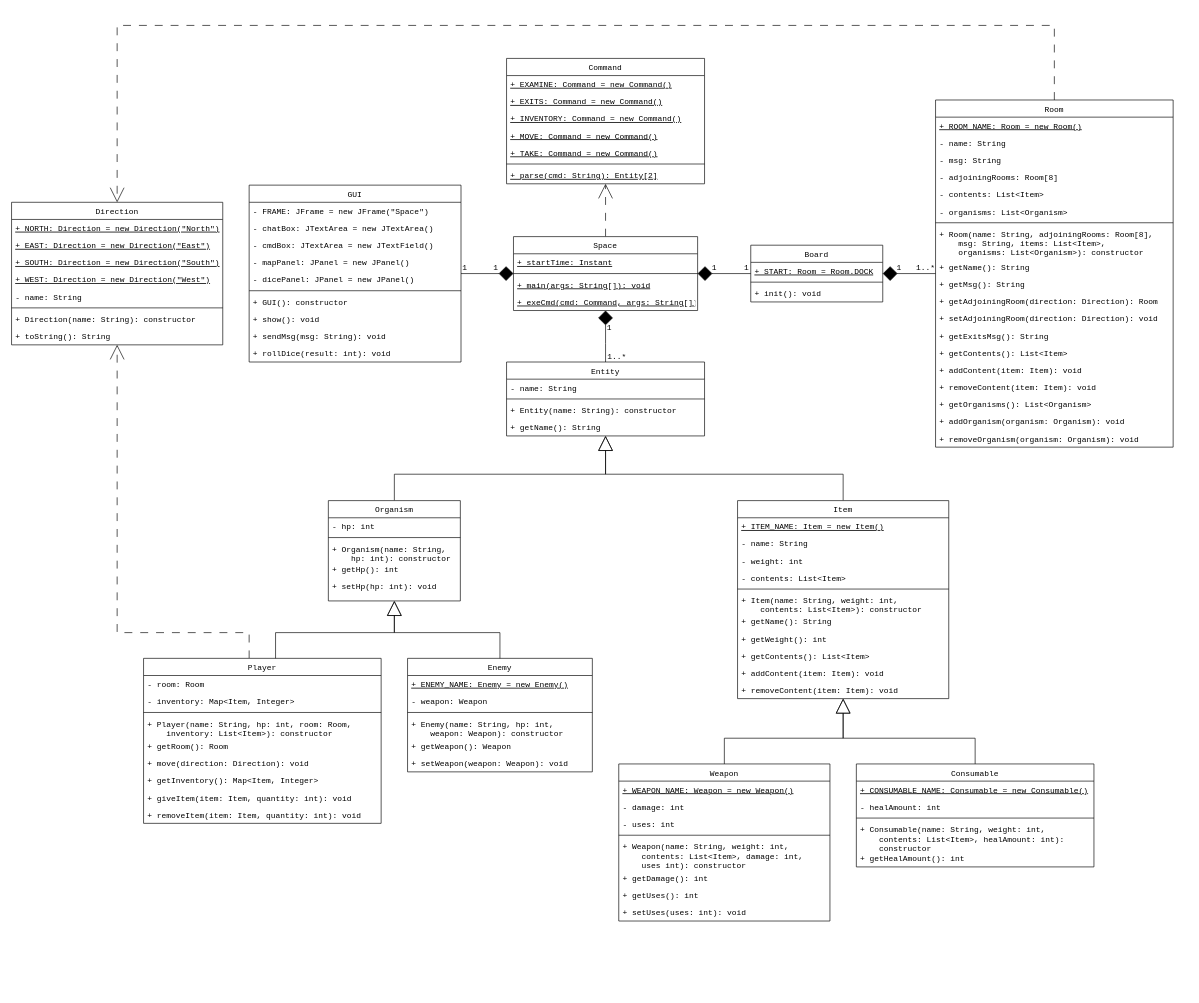
Before: assets/class-diagram.drawio in 4lex-whit/CS-NEA-2025, a draw.io diagram. Source tidied: cells renumbered, new cells numbered last; positions are measured from the earlier drawing's top-left corner, leaving out a move shared by most shapes. Both pictures are drawn from the tidied source at 66%, with x=0, y=0 at pixel (11, 25).
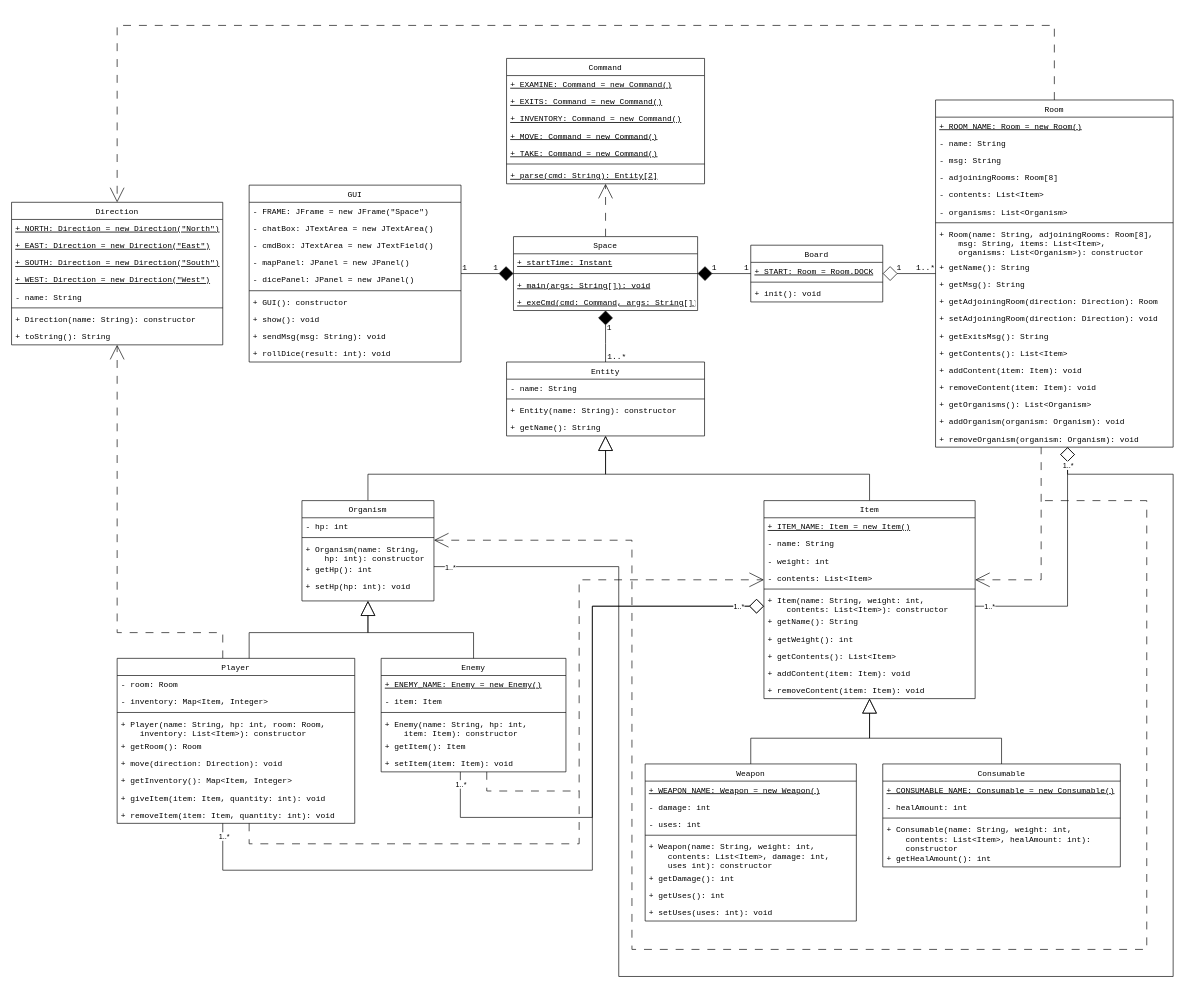
After the change.

Commit message (it also covers changes not shown here):
Add relationships for entities in class diagram

Unchanged cells that the change refers to:
```xml
<mxCell id="5" value="Room" style="swimlane;fontStyle=0;align=center;verticalAlign=top;horizontal=1;startSize=26;rounded=0;shadow=0;strokeWidth=1;fontFamily=Courier New;" parent="1" vertex="1">
  <mxGeometry x="1400" y="113" width="360" height="526" as="geometry" />
</mxCell>
<mxCell id="25" value="Direction" style="swimlane;fontStyle=0;align=center;verticalAlign=top;horizontal=1;startSize=26;rounded=0;shadow=0;strokeWidth=1;fontFamily=Courier New;" parent="1" vertex="1">
  <mxGeometry y="268" width="320" height="216" as="geometry" />
</mxCell>
<mxCell id="36" value="Entity" style="swimlane;fontStyle=0;align=center;verticalAlign=top;horizontal=1;startSize=26;rounded=0;shadow=0;strokeWidth=1;fontFamily=Courier New;" parent="1" vertex="1">
  <mxGeometry x="750" y="510" width="300" height="112" as="geometry" />
</mxCell>
<mxCell id="101" value="Board" style="swimlane;fontStyle=0;align=center;verticalAlign=top;horizontal=1;startSize=26;rounded=0;shadow=0;strokeWidth=1;fontFamily=Courier New;" parent="1" vertex="1">
  <mxGeometry x="1120" y="333" width="200" height="86" as="geometry" />
</mxCell>
```

The edit, as a diff of the source:
```diff
@@
-    <mxCell id="2" style="edgeStyle=orthogonalEdgeStyle;rounded=0;jettySize=auto;html=1;endArrow=diamond;endFill=1;startSize=6;endSize=20;fontFamily=Courier New;" parent="1" edge="1" source="5" target="101">
+    <mxCell id="2" style="edgeStyle=orthogonalEdgeStyle;rounded=0;jettySize=auto;html=1;endArrow=diamond;endFill=0;startSize=6;endSize=20;fontFamily=Courier New;" parent="1" edge="1" source="5" target="101">
       <mxGeometry relative="1" as="geometry" />
     </mxCell>
@@
     <mxCell id="34" style="edgeStyle=orthogonalEdgeStyle;rounded=0;jettySize=auto;html=1;entryX=0.5;entryY=0;entryDx=0;entryDy=0;endArrow=none;endFill=0;startArrow=block;startFill=0;endSize=20;startSize=20;fontFamily=Courier New;" parent="1" edge="1" source="36" target="64">
       <mxGeometry relative="1" as="geometry">
         <Array as="points">
           <mxPoint x="900" y="680" />
-          <mxPoint x="1260" y="680" />
+          <mxPoint x="1300" y="680" />
         </Array>
       </mxGeometry>
     </mxCell>
     <mxCell id="35" style="edgeStyle=orthogonalEdgeStyle;rounded=0;jettySize=auto;html=1;entryX=0.5;entryY=0;entryDx=0;entryDy=0;startArrow=block;startFill=0;endArrow=none;endFill=0;endSize=20;startSize=20;fontFamily=Courier New;" parent="1" edge="1" source="36" target="129">
       <mxGeometry relative="1" as="geometry">
         <Array as="points">
           <mxPoint x="900" y="680" />
-          <mxPoint x="580" y="680" />
+          <mxPoint x="540" y="680" />
         </Array>
       </mxGeometry>
     </mxCell>
@@
     <mxCell id="41" style="edgeStyle=orthogonalEdgeStyle;rounded=0;jettySize=auto;html=1;endArrow=open;endFill=0;dashed=1;dashPattern=12 12;endSize=20;startSize=20;fontFamily=Courier New;" parent="1" edge="1" source="42" target="25">
       <mxGeometry relative="1" as="geometry">
         <Array as="points">
-          <mxPoint x="360" y="920" />
+          <mxPoint x="320" y="920" />
           <mxPoint x="160" y="920" />
         </Array>
       </mxGeometry>
     </mxCell>
+    <mxCell id="135" style="edgeStyle=orthogonalEdgeStyle;rounded=0;jettySize=auto;html=1;endArrow=open;endFill=0;endSize=20;dashed=1;dashPattern=12 12;" parent="1" edge="1" source="42" target="64">
+      <mxGeometry relative="1" as="geometry">
+        <Array as="points">
+          <mxPoint x="360" y="1240" />
+          <mxPoint x="860" y="1240" />
+          <mxPoint x="860" y="840" />
+        </Array>
+      </mxGeometry>
+    </mxCell>
+    <mxCell id="136" style="edgeStyle=orthogonalEdgeStyle;rounded=0;jettySize=auto;html=1;endArrow=diamond;endFill=0;endSize=20;" parent="1" edge="1" source="42" target="64">
+      <mxGeometry relative="1" as="geometry">
+        <Array as="points">
+          <mxPoint x="320" y="1280" />
+          <mxPoint x="880" y="1280" />
+          <mxPoint x="880" y="880" />
+        </Array>
+      </mxGeometry>
+    </mxCell>
+    <mxCell id="137" value="1..*" style="edgeLabel;html=1;align=center;verticalAlign=middle;" parent="136" vertex="1">
+      <mxGeometry x="-0.98" y="1" relative="1" as="geometry">
+        <mxPoint y="6" as="offset" />
+      </mxGeometry>
+    </mxCell>
     <mxCell id="42" value="Player" style="swimlane;fontStyle=0;align=center;verticalAlign=top;horizontal=1;startSize=26;rounded=0;shadow=0;strokeWidth=1;fontFamily=Courier New;" parent="1" vertex="1">
-      <mxGeometry x="200" y="959" width="360" height="250" as="geometry" />
+      <mxGeometry x="160" y="959" width="360" height="250" as="geometry" />
     </mxCell>
@@
+    <mxCell id="138" style="edgeStyle=orthogonalEdgeStyle;rounded=0;jettySize=auto;html=1;startArrow=open;startFill=0;endSize=20;startSize=20;endArrow=none;endFill=0;dashed=1;dashPattern=12 12;" parent="1" edge="1" source="64" target="5">
+      <mxGeometry relative="1" as="geometry">
+        <Array as="points">
+          <mxPoint x="1560" y="840" />
+        </Array>
+      </mxGeometry>
+    </mxCell>
+    <mxCell id="139" style="edgeStyle=orthogonalEdgeStyle;rounded=0;jettySize=auto;html=1;endArrow=diamond;endFill=0;endSize=20;startSize=20;" parent="1" edge="1" source="64" target="5">
+      <mxGeometry relative="1" as="geometry">
+        <Array as="points">
+          <mxPoint x="1600" y="880" />
+        </Array>
+      </mxGeometry>
+    </mxCell>
+    <mxCell id="140" value="1..*" style="edgeLabel;html=1;align=center;verticalAlign=middle;" parent="139" vertex="1">
+      <mxGeometry x="-0.89" relative="1" as="geometry" />
+    </mxCell>
     <mxCell id="64" value="Item" style="swimlane;fontStyle=0;align=center;verticalAlign=top;horizontal=1;startSize=26;rounded=0;shadow=0;strokeWidth=1;fontFamily=Courier New;" parent="1" vertex="1">
-      <mxGeometry x="1100" y="720" width="320" height="300" as="geometry" />
+      <mxGeometry x="1140" y="720" width="320" height="300" as="geometry" />
     </mxCell>
@@
     <mxCell id="76" style="edgeStyle=orthogonalEdgeStyle;rounded=0;jettySize=auto;html=1;exitX=0.5;exitY=0;exitDx=0;exitDy=0;endArrow=block;endFill=0;endSize=20;fontFamily=Courier New;" parent="1" edge="1" source="77" target="64">
       <mxGeometry relative="1" as="geometry">
         <Array as="points">
-          <mxPoint x="1080" y="1080" />
-          <mxPoint x="1260" y="1080" />
+          <mxPoint x="1120" y="1080" />
+          <mxPoint x="1300" y="1080" />
         </Array>
       </mxGeometry>
     </mxCell>
     <mxCell id="77" value="Weapon" style="swimlane;fontStyle=0;align=center;verticalAlign=top;horizontal=1;startSize=26;rounded=0;shadow=0;strokeWidth=1;fontFamily=Courier New;" parent="1" vertex="1">
-      <mxGeometry x="920" y="1119" width="320" height="238" as="geometry" />
+      <mxGeometry x="960" y="1119" width="320" height="238" as="geometry" />
     </mxCell>
@@
     <mxCell id="86" style="edgeStyle=orthogonalEdgeStyle;rounded=0;jettySize=auto;html=1;exitX=0.5;exitY=0;exitDx=0;exitDy=0;endArrow=block;endFill=0;endSize=20;fontFamily=Courier New;" parent="1" edge="1" source="87" target="64">
       <mxGeometry relative="1" as="geometry">
         <Array as="points">
-          <mxPoint x="1460" y="1080" />
-          <mxPoint x="1260" y="1080" />
+          <mxPoint x="1500" y="1080" />
+          <mxPoint x="1300" y="1080" />
         </Array>
       </mxGeometry>
     </mxCell>
     <mxCell id="87" value="Consumable" style="swimlane;fontStyle=0;align=center;verticalAlign=top;horizontal=1;startSize=26;rounded=0;shadow=0;strokeWidth=1;fontFamily=Courier New;" parent="1" vertex="1">
-      <mxGeometry x="1280" y="1119" width="360" height="156" as="geometry" />
+      <mxGeometry x="1320" y="1119" width="360" height="156" as="geometry" />
     </mxCell>
@@
+    <mxCell id="141" style="edgeStyle=orthogonalEdgeStyle;rounded=0;jettySize=auto;html=1;endArrow=none;endFill=0;dashed=1;dashPattern=12 12;" parent="1" edge="1" source="93">
+      <mxGeometry relative="1" as="geometry">
+        <mxPoint x="860" y="1160" as="targetPoint" />
+        <Array as="points">
+          <mxPoint x="720" y="1160" />
+          <mxPoint x="790" y="1160" />
+        </Array>
+      </mxGeometry>
+    </mxCell>
+    <mxCell id="142" style="edgeStyle=orthogonalEdgeStyle;rounded=0;jettySize=auto;html=1;endArrow=diamond;endFill=0;endSize=20;" parent="1" edge="1" source="93" target="64">
+      <mxGeometry relative="1" as="geometry">
+        <Array as="points">
+          <mxPoint x="680" y="1200" />
+          <mxPoint x="880" y="1200" />
+          <mxPoint x="880" y="880" />
+        </Array>
+      </mxGeometry>
+    </mxCell>
+    <mxCell id="143" value="1..*" style="edgeLabel;html=1;align=center;verticalAlign=middle;" parent="142" vertex="1">
+      <mxGeometry x="0.92" relative="1" as="geometry">
+        <mxPoint x="-5" as="offset" />
+      </mxGeometry>
+    </mxCell>
+    <mxCell id="144" value="1..*" style="edgeLabel;html=1;align=center;verticalAlign=middle;" parent="142" vertex="1">
+      <mxGeometry x="-0.96" relative="1" as="geometry">
+        <mxPoint y="1" as="offset" />
+      </mxGeometry>
+    </mxCell>
     <mxCell id="93" value="Enemy" style="swimlane;fontStyle=0;align=center;verticalAlign=top;horizontal=1;startSize=26;rounded=0;shadow=0;strokeWidth=1;fontFamily=Courier New;" parent="1" vertex="1">
-      <mxGeometry x="600" y="959" width="280" height="172" as="geometry" />
+      <mxGeometry x="560" y="959" width="280" height="172" as="geometry" />
     </mxCell>
@@
-    <mxCell id="95" value="- weapon: Weapon" style="text;align=left;verticalAlign=top;spacingLeft=4;spacingRight=4;overflow=hidden;fontFamily=Courier New;" parent="93" vertex="1">
+    <mxCell id="95" value="- item: Item" style="text;align=left;verticalAlign=top;spacingLeft=4;spacingRight=4;overflow=hidden;fontFamily=Courier New;" parent="93" vertex="1">
       <mxGeometry y="52" width="280" height="26" as="geometry" />
     </mxCell>
@@
-    <mxCell id="97" value="+ Enemy(name: String, hp: int,&#10;    weapon: Weapon): constructor" style="text;align=left;verticalAlign=top;spacingLeft=4;spacingRight=4;overflow=hidden;fontFamily=Courier New;" parent="93" vertex="1">
+    <mxCell id="97" value="+ Enemy(name: String, hp: int,&#10;    item: Item): constructor" style="text;align=left;verticalAlign=top;spacingLeft=4;spacingRight=4;overflow=hidden;fontFamily=Courier New;" parent="93" vertex="1">
       <mxGeometry y="86" width="280" height="34" as="geometry" />
     </mxCell>
-    <mxCell id="98" value="+ getWeapon(): Weapon" style="text;align=left;verticalAlign=top;spacingLeft=4;spacingRight=4;overflow=hidden;fontFamily=Courier New;" parent="93" vertex="1">
+    <mxCell id="98" value="+ getItem(): Item" style="text;align=left;verticalAlign=top;spacingLeft=4;spacingRight=4;overflow=hidden;fontFamily=Courier New;" parent="93" vertex="1">
       <mxGeometry y="120" width="280" height="26" as="geometry" />
     </mxCell>
-    <mxCell id="99" value="+ setWeapon(weapon: Weapon): void" style="text;align=left;verticalAlign=top;spacingLeft=4;spacingRight=4;overflow=hidden;fontFamily=Courier New;" parent="93" vertex="1">
+    <mxCell id="99" value="+ setItem(item: Item): void" style="text;align=left;verticalAlign=top;spacingLeft=4;spacingRight=4;overflow=hidden;fontFamily=Courier New;" parent="93" vertex="1">
       <mxGeometry y="146" width="280" height="26" as="geometry" />
     </mxCell>
@@
     <mxCell id="127" style="edgeStyle=orthogonalEdgeStyle;rounded=0;jettySize=auto;html=1;startArrow=block;startFill=0;endArrow=none;endFill=0;endSize=20;startSize=20;fontFamily=Courier New;" parent="1" edge="1" source="129" target="42">
       <mxGeometry relative="1" as="geometry">
         <Array as="points">
-          <mxPoint x="580" y="920" />
-          <mxPoint x="400" y="920" />
+          <mxPoint x="540" y="920" />
+          <mxPoint x="360" y="920" />
         </Array>
       </mxGeometry>
     </mxCell>
     <mxCell id="128" style="edgeStyle=orthogonalEdgeStyle;rounded=0;jettySize=auto;html=1;entryX=0.5;entryY=0;entryDx=0;entryDy=0;startArrow=block;startFill=0;endArrow=none;endFill=0;endSize=20;startSize=20;fontFamily=Courier New;" parent="1" edge="1" source="129" target="93">
       <mxGeometry relative="1" as="geometry">
         <Array as="points">
-          <mxPoint x="580" y="920" />
-          <mxPoint x="740" y="920" />
+          <mxPoint x="540" y="920" />
+          <mxPoint x="700" y="920" />
         </Array>
       </mxGeometry>
     </mxCell>
+    <mxCell id="145" style="edgeStyle=orthogonalEdgeStyle;rounded=0;jettySize=auto;html=1;startArrow=open;startFill=0;endArrow=none;endFill=0;endSize=20;startSize=20;dashed=1;dashPattern=12 12;" parent="1" edge="1" source="129">
+      <mxGeometry relative="1" as="geometry">
+        <mxPoint x="1560" y="720" as="targetPoint" />
+        <Array as="points">
+          <mxPoint x="940" y="780" />
+          <mxPoint x="940" y="1400" />
+          <mxPoint x="1720" y="1400" />
+          <mxPoint x="1720" y="720" />
+          <mxPoint x="1600" y="720" />
+        </Array>
+      </mxGeometry>
+    </mxCell>
     <mxCell id="129" value="Organism" style="swimlane;fontStyle=0;align=center;verticalAlign=top;horizontal=1;startSize=26;rounded=0;shadow=0;strokeWidth=1;fontFamily=Courier New;" parent="1" vertex="1">
-      <mxGeometry x="480" y="720" width="200" height="152" as="geometry" />
+      <mxGeometry x="440" y="720" width="200" height="152" as="geometry" />
     </mxCell>
@@
+    <mxCell id="146" style="edgeStyle=orthogonalEdgeStyle;rounded=0;jettySize=auto;html=1;endArrow=diamond;endFill=0;endSize=20;startSize=20;" parent="1" edge="1" source="129" target="5">
+      <mxGeometry relative="1" as="geometry">
+        <Array as="points">
+          <mxPoint x="920" y="820" />
+          <mxPoint x="920" y="1441" />
+          <mxPoint x="1760" y="1441" />
+          <mxPoint x="1760" y="680" />
+          <mxPoint x="1600" y="680" />
+        </Array>
+      </mxGeometry>
+    </mxCell>
+    <mxCell id="147" value="1..*" style="edgeLabel;html=1;align=center;verticalAlign=middle;" parent="146" vertex="1">
+      <mxGeometry x="-0.99" relative="1" as="geometry">
+        <mxPoint x="10" as="offset" />
+      </mxGeometry>
+    </mxCell>
+    <mxCell id="148" value="1..*" style="edgeLabel;html=1;align=center;verticalAlign=middle;" parent="146" vertex="1">
+      <mxGeometry x="0.98" relative="1" as="geometry" />
+    </mxCell>
```
